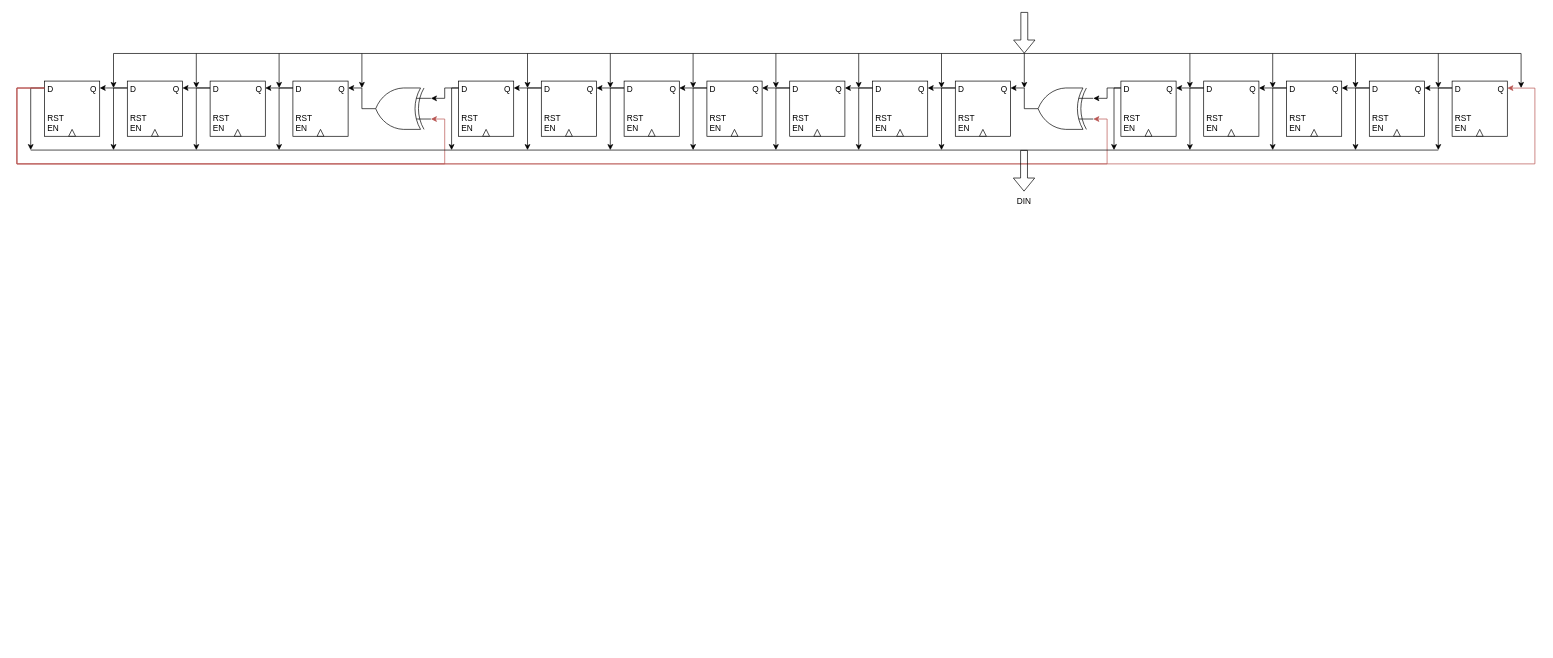
robs2002/SDI keeps this draw.io diagram as datapath.drawio. Above is the earlier version. Source tidied: cells renumbered, new cells numbered last; positions are measured from the earlier drawing's top-left corner, leaving out a move shared by most shapes. Both pictures are drawn from the tidied source at 69%, with x=0, y=0 at pixel (17, 12).
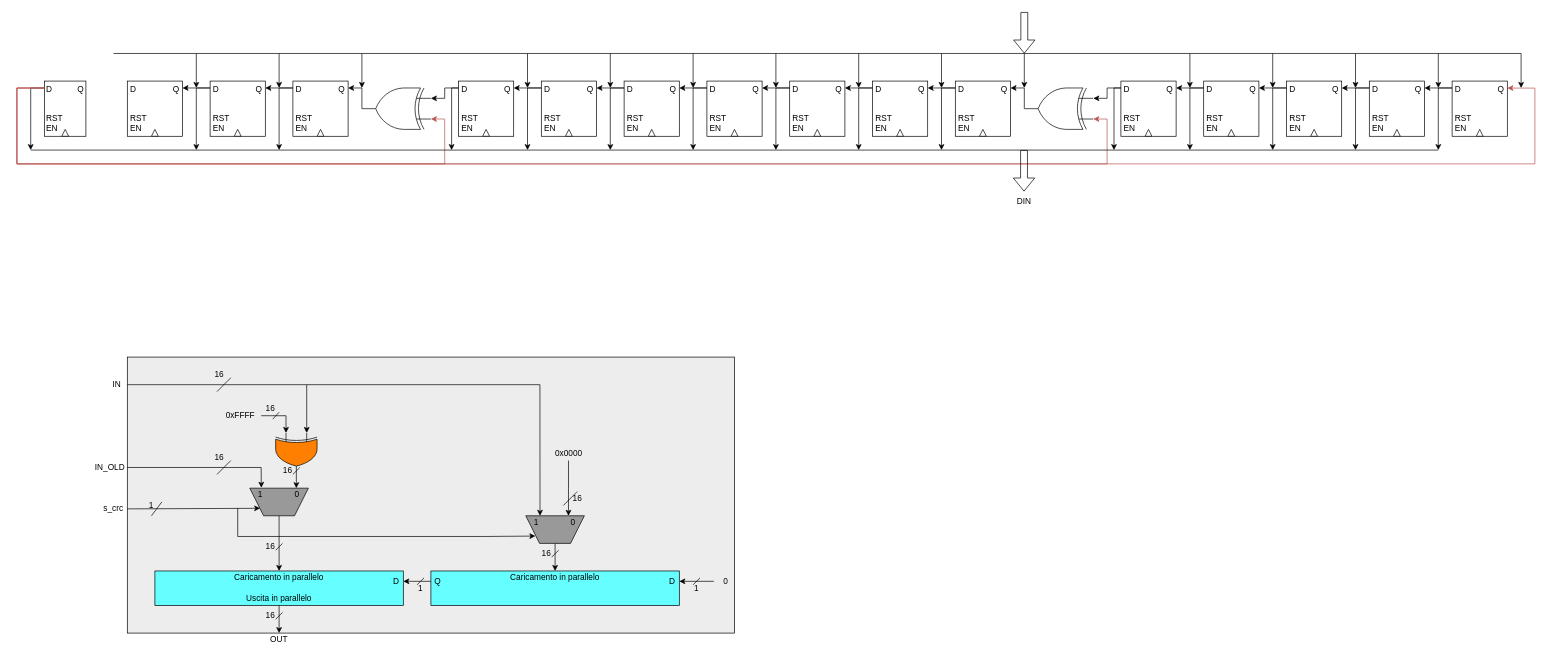
Above is the later version.

Unchanged cells that the change refers to:
```xml
<mxCell id="10" value="D&amp;nbsp; &amp;nbsp; &amp;nbsp; &amp;nbsp; &amp;nbsp; &amp;nbsp; &amp;nbsp; &amp;nbsp; Q&lt;br&gt;&lt;br&gt;&lt;br&gt;&lt;div style=&quot;text-align: justify;&quot;&gt;&lt;span style=&quot;background-color: initial;&quot;&gt;RST&lt;/span&gt;&lt;/div&gt;&lt;div style=&quot;text-align: justify;&quot;&gt;&lt;span style=&quot;background-color: initial;&quot;&gt;EN&lt;/span&gt;&lt;/div&gt;" style="text;html=1;strokeColor=none;fillColor=none;align=center;verticalAlign=middle;whiteSpace=wrap;rounded=0;" parent="1" vertex="1">
  <mxGeometry x="160" y="100" width="80" height="80" as="geometry" />
</mxCell>
```

Change to the diagram source:
```diff
@@
+    <mxCell id="109" style="rounded=0;whiteSpace=wrap;html=1;fillColor=#EDEDED;" parent="1" vertex="1">
+      <mxGeometry x="160" y="500" width="880" height="400" as="geometry" />
+    </mxCell>
     <mxCell id="2" style="rounded=0;whiteSpace=wrap;html=1;" parent="1" vertex="1">
-      <mxGeometry x="40" y="100" width="80" height="80" as="geometry" />
+      <mxGeometry x="40" y="100" width="60" height="80" as="geometry" />
     </mxCell>
     <mxCell id="3" style="triangle;whiteSpace=wrap;html=1;rotation=-90;" parent="1" vertex="1">
-      <mxGeometry x="75" y="170" width="10" height="10" as="geometry" />
+      <mxGeometry x="65" y="170" width="10" height="10" as="geometry" />
     </mxCell>
@@
-    <mxCell id="5" value="D&amp;nbsp; &amp;nbsp; &amp;nbsp; &amp;nbsp; &amp;nbsp; &amp;nbsp; &amp;nbsp; &amp;nbsp; Q&lt;br&gt;&lt;br&gt;&lt;br&gt;&lt;div style=&quot;text-align: justify;&quot;&gt;&lt;span style=&quot;background-color: initial;&quot;&gt;RST&lt;/span&gt;&lt;/div&gt;&lt;div style=&quot;text-align: justify;&quot;&gt;&lt;span style=&quot;background-color: initial;&quot;&gt;EN&lt;/span&gt;&lt;/div&gt;" style="text;html=1;strokeColor=none;fillColor=none;align=center;verticalAlign=middle;whiteSpace=wrap;rounded=0;" parent="1" vertex="1">
-      <mxGeometry x="40" y="100" width="80" height="80" as="geometry" />
+    <mxCell id="5" value="D&amp;nbsp; &amp;nbsp; &amp;nbsp; &amp;nbsp; &amp;nbsp; &amp;nbsp;Q&lt;br&gt;&lt;br&gt;&lt;br&gt;&lt;div style=&quot;text-align: justify;&quot;&gt;&lt;span style=&quot;background-color: initial;&quot;&gt;RST&lt;/span&gt;&lt;/div&gt;&lt;div style=&quot;text-align: justify;&quot;&gt;&lt;span style=&quot;background-color: initial;&quot;&gt;EN&lt;/span&gt;&lt;/div&gt;" style="text;html=1;strokeColor=none;fillColor=none;align=center;verticalAlign=middle;whiteSpace=wrap;rounded=0;" parent="1" vertex="1">
+      <mxGeometry x="40" y="100" width="60" height="80" as="geometry" />
     </mxCell>
@@
-    <mxCell id="8" style="edgeStyle=orthogonalEdgeStyle;rounded=0;jettySize=auto;html=1;" parent="1" edge="1" source="10" target="5">
-      <mxGeometry relative="1" as="geometry">
-        <Array as="points">
-          <mxPoint x="130" y="110" />
-          <mxPoint x="130" y="110" />
-        </Array>
-      </mxGeometry>
-    </mxCell>
-    <mxCell id="9" style="edgeStyle=orthogonalEdgeStyle;rounded=0;jettySize=auto;html=1;" parent="1" edge="1" source="10">
-      <mxGeometry relative="1" as="geometry">
-        <mxPoint x="140" y="200" as="targetPoint" />
-        <Array as="points">
-          <mxPoint x="140" y="110" />
-        </Array>
-      </mxGeometry>
-    </mxCell>
@@
-    <mxCell id="88" style="endArrow=classic;html=1;rounded=0;" parent="1" edge="1">
-      <mxGeometry relative="1" as="geometry">
-        <mxPoint x="140" y="60" as="sourcePoint" />
-        <mxPoint x="140" y="110" as="targetPoint" />
-      </mxGeometry>
-    </mxCell>
@@
+    <mxCell id="110" style="rounded=0;whiteSpace=wrap;html=1;fillColor=#66FFFF;" parent="1" vertex="1">
+      <mxGeometry x="200" y="810" width="360" height="50" as="geometry" />
+    </mxCell>
+    <mxCell id="111" style="rounded=0;whiteSpace=wrap;html=1;fillColor=#66FFFF;" parent="1" vertex="1">
+      <mxGeometry x="600" y="810" width="360" height="50" as="geometry" />
+    </mxCell>
+    <mxCell id="112" value="D&lt;br&gt;" style="text;html=1;strokeColor=none;fillColor=none;align=center;verticalAlign=middle;whiteSpace=wrap;rounded=0;" parent="1" vertex="1">
+      <mxGeometry x="540" y="810" width="20" height="30" as="geometry" />
+    </mxCell>
+    <mxCell id="113" value="Caricamento in parallelo" style="text;html=1;strokeColor=none;fillColor=none;align=center;verticalAlign=middle;whiteSpace=wrap;rounded=0;" parent="1" vertex="1">
+      <mxGeometry x="200" y="810" width="360" height="20" as="geometry" />
+    </mxCell>
+    <mxCell id="114" value="Uscita in parallelo" style="text;html=1;strokeColor=none;fillColor=none;align=center;verticalAlign=middle;whiteSpace=wrap;rounded=0;" parent="1" vertex="1">
+      <mxGeometry x="200" y="840" width="360" height="20" as="geometry" />
+    </mxCell>
+    <mxCell id="115" style="edgeStyle=orthogonalEdgeStyle;rounded=0;jettySize=auto;html=1;entryX=1;entryY=0.75;entryDx=0;entryDy=0;" parent="1" edge="1" source="116" target="113">
+      <mxGeometry relative="1" as="geometry" />
+    </mxCell>
+    <mxCell id="116" value="Q" style="text;html=1;strokeColor=none;fillColor=none;align=center;verticalAlign=middle;whiteSpace=wrap;rounded=0;" parent="1" vertex="1">
+      <mxGeometry x="600" y="810" width="20" height="30" as="geometry" />
+    </mxCell>
+    <mxCell id="117" value="D&lt;br&gt;" style="text;html=1;strokeColor=none;fillColor=none;align=center;verticalAlign=middle;whiteSpace=wrap;rounded=0;" parent="1" vertex="1">
+      <mxGeometry x="940" y="810" width="20" height="30" as="geometry" />
+    </mxCell>
+    <mxCell id="118" value="Caricamento in parallelo" style="text;html=1;strokeColor=none;fillColor=none;align=center;verticalAlign=middle;whiteSpace=wrap;rounded=0;" parent="1" vertex="1">
+      <mxGeometry x="600" y="810" width="360" height="20" as="geometry" />
+    </mxCell>
+    <mxCell id="119" style="endArrow=none;html=1;rounded=0;" parent="1" edge="1">
+      <mxGeometry relative="1" as="geometry">
+        <mxPoint x="580" y="830" as="sourcePoint" />
+        <mxPoint x="590" y="820" as="targetPoint" />
+      </mxGeometry>
+    </mxCell>
+    <mxCell id="120" value="1" style="text;html=1;strokeColor=none;fillColor=none;align=center;verticalAlign=middle;whiteSpace=wrap;rounded=0;" parent="1" vertex="1">
+      <mxGeometry x="580" y="830" width="10" height="10" as="geometry" />
+    </mxCell>
+    <mxCell id="121" style="edgeStyle=orthogonalEdgeStyle;rounded=0;jettySize=auto;html=1;entryX=1;entryY=0.75;entryDx=0;entryDy=0;" parent="1" edge="1" source="122" target="118">
+      <mxGeometry relative="1" as="geometry" />
+    </mxCell>
+    <mxCell id="122" value="0" style="text;html=1;strokeColor=none;fillColor=none;align=center;verticalAlign=middle;whiteSpace=wrap;rounded=0;" parent="1" vertex="1">
+      <mxGeometry x="1010" y="810" width="35" height="30" as="geometry" />
+    </mxCell>
+    <mxCell id="123" style="endArrow=none;html=1;rounded=0;" parent="1" edge="1">
+      <mxGeometry relative="1" as="geometry">
+        <mxPoint x="980" y="830" as="sourcePoint" />
+        <mxPoint x="990" y="820" as="targetPoint" />
+      </mxGeometry>
+    </mxCell>
+    <mxCell id="124" value="1" style="text;html=1;strokeColor=none;fillColor=none;align=center;verticalAlign=middle;whiteSpace=wrap;rounded=0;" parent="1" vertex="1">
+      <mxGeometry x="980" y="830" width="10" height="10" as="geometry" />
+    </mxCell>
+    <mxCell id="125" style="edgeStyle=orthogonalEdgeStyle;rounded=0;jettySize=auto;html=1;entryX=0.5;entryY=0;entryDx=0;entryDy=0;" parent="1" edge="1" source="126" target="113">
+      <mxGeometry relative="1" as="geometry" />
+    </mxCell>
+    <mxCell id="126" style="shape=trapezoid;perimeter=trapezoidPerimeter;whiteSpace=wrap;html=1;fixedSize=1;rotation=-180;fillColor=#999999;" parent="1" vertex="1">
+      <mxGeometry x="337.5" y="690" width="84.9" height="40" as="geometry" />
+    </mxCell>
+    <mxCell id="127" value="1&lt;span style=&quot;white-space: pre;&quot;&gt;&#9;&lt;span style=&quot;white-space: pre;&quot;&gt;&#9;&lt;/span&gt;&lt;/span&gt;0" style="text;html=1;strokeColor=none;fillColor=none;align=center;verticalAlign=middle;whiteSpace=wrap;rounded=0;" parent="1" vertex="1">
+      <mxGeometry x="337.5" y="690" width="82.5" height="20" as="geometry" />
+    </mxCell>
+    <mxCell id="128" style="edgeStyle=orthogonalEdgeStyle;rounded=0;jettySize=auto;html=1;entryX=0.5;entryY=0;entryDx=0;entryDy=0;" parent="1" edge="1" source="129" target="118">
+      <mxGeometry relative="1" as="geometry" />
+    </mxCell>
+    <mxCell id="129" style="shape=trapezoid;perimeter=trapezoidPerimeter;whiteSpace=wrap;html=1;fixedSize=1;rotation=-180;fillColor=#999999;" parent="1" vertex="1">
+      <mxGeometry x="737.5" y="730" width="84.9" height="40" as="geometry" />
+    </mxCell>
+    <mxCell id="130" value="1&lt;span style=&quot;white-space: pre;&quot;&gt;&#9;&lt;span style=&quot;white-space: pre;&quot;&gt;&#9;&lt;/span&gt;&lt;/span&gt;0" style="text;html=1;strokeColor=none;fillColor=none;align=center;verticalAlign=middle;whiteSpace=wrap;rounded=0;" parent="1" vertex="1">
+      <mxGeometry x="737.5" y="730" width="82.5" height="20" as="geometry" />
+    </mxCell>
+    <mxCell id="131" style="edgeStyle=orthogonalEdgeStyle;rounded=0;jettySize=auto;html=1;entryX=0.826;entryY=0.012;entryDx=0;entryDy=0;entryPerimeter=0;" parent="1" edge="1" source="160" target="127">
+      <mxGeometry relative="1" as="geometry" />
+    </mxCell>
+    <mxCell id="132" style="edgeStyle=orthogonalEdgeStyle;rounded=0;orthogonalLoop=1;jettySize=auto;html=1;" parent="1" edge="1">
+      <mxGeometry relative="1" as="geometry">
+        <mxPoint x="380" y="860" as="sourcePoint" />
+        <mxPoint x="380" y="900" as="targetPoint" />
+        <Array as="points">
+          <mxPoint x="380" y="880" />
+          <mxPoint x="380" y="880" />
+        </Array>
+      </mxGeometry>
+    </mxCell>
+    <mxCell id="133" value="0xFFFF" style="text;html=1;strokeColor=none;fillColor=none;align=center;verticalAlign=middle;whiteSpace=wrap;rounded=0;" parent="1" vertex="1">
+      <mxGeometry x="294" y="570" width="60" height="30" as="geometry" />
+    </mxCell>
+    <mxCell id="134" style="edgeStyle=orthogonalEdgeStyle;rounded=0;jettySize=auto;html=1;entryX=0;entryY=0.75;entryDx=0;entryDy=0;entryPerimeter=0;" parent="1" edge="1" source="133" target="160">
+      <mxGeometry relative="1" as="geometry" />
+    </mxCell>
+    <mxCell id="135" style="endArrow=classic;html=1;rounded=0;entryX=0;entryY=0.25;entryDx=0;entryDy=0;entryPerimeter=0;" parent="1" edge="1" target="160">
+      <mxGeometry relative="1" as="geometry">
+        <mxPoint x="160" y="540" as="sourcePoint" />
+        <Array as="points">
+          <mxPoint x="420" y="540" />
+        </Array>
+      </mxGeometry>
+    </mxCell>
+    <mxCell id="136" style="endArrow=classic;html=1;rounded=0;entryX=0.25;entryY=0;entryDx=0;entryDy=0;" parent="1" edge="1" target="130">
+      <mxGeometry relative="1" as="geometry">
+        <mxPoint x="420" y="540" as="sourcePoint" />
+        <Array as="points">
+          <mxPoint x="758" y="540" />
+        </Array>
+      </mxGeometry>
+    </mxCell>
+    <mxCell id="137" value="0x0000" style="text;html=1;strokeColor=none;fillColor=none;align=center;verticalAlign=middle;whiteSpace=wrap;rounded=0;" parent="1" vertex="1">
+      <mxGeometry x="770" y="630" width="60" height="20" as="geometry" />
+    </mxCell>
+    <mxCell id="138" style="edgeStyle=orthogonalEdgeStyle;rounded=0;jettySize=auto;html=1;entryX=0.75;entryY=0;entryDx=0;entryDy=0;" parent="1" edge="1" source="137" target="130">
+      <mxGeometry relative="1" as="geometry">
+        <Array as="points">
+          <mxPoint x="800" y="690" />
+        </Array>
+      </mxGeometry>
+    </mxCell>
+    <mxCell id="139" style="endArrow=classic;html=1;rounded=0;entryX=0.203;entryY=-0.029;entryDx=0;entryDy=0;entryPerimeter=0;" parent="1" edge="1" target="127">
+      <mxGeometry relative="1" as="geometry">
+        <mxPoint x="160" y="660" as="sourcePoint" />
+        <Array as="points">
+          <mxPoint x="354" y="660" />
+        </Array>
+      </mxGeometry>
+    </mxCell>
+    <mxCell id="140" style="endArrow=classic;html=1;rounded=0;entryX=0.823;entryY=0.271;entryDx=0;entryDy=0;entryPerimeter=0;" parent="1" edge="1" target="126">
+      <mxGeometry relative="1" as="geometry">
+        <mxPoint x="160" y="720" as="sourcePoint" />
+      </mxGeometry>
+    </mxCell>
+    <mxCell id="141" style="endArrow=classic;html=1;rounded=0;entryX=0.836;entryY=0.265;entryDx=0;entryDy=0;entryPerimeter=0;" parent="1" edge="1" target="129">
+      <mxGeometry relative="1" as="geometry">
+        <mxPoint x="320" y="719" as="sourcePoint" />
+        <Array as="points">
+          <mxPoint x="320" y="760" />
+          <mxPoint x="680" y="760" />
+        </Array>
+      </mxGeometry>
+    </mxCell>
+    <mxCell id="142" style="endArrow=none;html=1;rounded=0;" parent="1" edge="1">
+      <mxGeometry relative="1" as="geometry">
+        <mxPoint x="375" y="780" as="sourcePoint" />
+        <mxPoint x="385" y="770" as="targetPoint" />
+      </mxGeometry>
+    </mxCell>
+    <mxCell id="143" value="16" style="text;html=1;strokeColor=none;fillColor=none;align=center;verticalAlign=middle;whiteSpace=wrap;rounded=0;" parent="1" vertex="1">
+      <mxGeometry x="360" y="770" width="15" height="10" as="geometry" />
+    </mxCell>
+    <mxCell id="144" style="endArrow=none;html=1;rounded=0;" parent="1" edge="1">
+      <mxGeometry relative="1" as="geometry">
+        <mxPoint x="775" y="790" as="sourcePoint" />
+        <mxPoint x="785" y="780" as="targetPoint" />
+      </mxGeometry>
+    </mxCell>
+    <mxCell id="145" value="16" style="text;html=1;strokeColor=none;fillColor=none;align=center;verticalAlign=middle;whiteSpace=wrap;rounded=0;" parent="1" vertex="1">
+      <mxGeometry x="760" y="780" width="15" height="10" as="geometry" />
+    </mxCell>
+    <mxCell id="146" style="endArrow=none;html=1;rounded=0;" parent="1" edge="1">
+      <mxGeometry relative="1" as="geometry">
+        <mxPoint x="400" y="670" as="sourcePoint" />
+        <mxPoint x="410" y="660" as="targetPoint" />
+      </mxGeometry>
+    </mxCell>
+    <mxCell id="147" value="16" style="text;html=1;strokeColor=none;fillColor=none;align=center;verticalAlign=middle;whiteSpace=wrap;rounded=0;" parent="1" vertex="1">
+      <mxGeometry x="385" y="660" width="15" height="10" as="geometry" />
+    </mxCell>
+    <mxCell id="148" style="endArrow=none;html=1;rounded=0;" parent="1" edge="1">
+      <mxGeometry relative="1" as="geometry">
+        <mxPoint x="290" y="670" as="sourcePoint" />
+        <mxPoint x="310" y="650" as="targetPoint" />
+        <Array as="points">
+          <mxPoint x="290" y="670" />
+        </Array>
+      </mxGeometry>
+    </mxCell>
+    <mxCell id="149" value="16" style="text;html=1;strokeColor=none;fillColor=none;align=center;verticalAlign=middle;whiteSpace=wrap;rounded=0;" parent="1" vertex="1">
+      <mxGeometry x="286" y="640" width="15" height="10" as="geometry" />
+    </mxCell>
+    <mxCell id="150" style="endArrow=none;html=1;rounded=0;" parent="1" edge="1">
+      <mxGeometry relative="1" as="geometry">
+        <mxPoint x="290" y="550" as="sourcePoint" />
+        <mxPoint x="310" y="530" as="targetPoint" />
+        <Array as="points">
+          <mxPoint x="290" y="550" />
+        </Array>
+      </mxGeometry>
+    </mxCell>
+    <mxCell id="151" value="16" style="text;html=1;strokeColor=none;fillColor=none;align=center;verticalAlign=middle;whiteSpace=wrap;rounded=0;" parent="1" vertex="1">
+      <mxGeometry x="286" y="520" width="15" height="10" as="geometry" />
+    </mxCell>
+    <mxCell id="152" style="endArrow=none;html=1;rounded=0;" parent="1" edge="1">
+      <mxGeometry relative="1" as="geometry">
+        <mxPoint x="370.8" y="590" as="sourcePoint" />
+        <mxPoint x="380" y="580" as="targetPoint" />
+        <Array as="points">
+          <mxPoint x="370.8" y="590" />
+        </Array>
+      </mxGeometry>
+    </mxCell>
+    <mxCell id="153" value="16" style="text;html=1;strokeColor=none;fillColor=none;align=center;verticalAlign=middle;whiteSpace=wrap;rounded=0;" parent="1" vertex="1">
+      <mxGeometry x="360" y="570" width="15" height="10" as="geometry" />
+    </mxCell>
+    <mxCell id="154" style="endArrow=none;html=1;rounded=0;" parent="1" edge="1">
+      <mxGeometry relative="1" as="geometry">
+        <mxPoint x="792" y="715" as="sourcePoint" />
+        <mxPoint x="812" y="695" as="targetPoint" />
+        <Array as="points">
+          <mxPoint x="792" y="715" />
+        </Array>
+      </mxGeometry>
+    </mxCell>
+    <mxCell id="155" value="16" style="text;html=1;strokeColor=none;fillColor=none;align=center;verticalAlign=middle;whiteSpace=wrap;rounded=0;" parent="1" vertex="1">
+      <mxGeometry x="805" y="700" width="15" height="10" as="geometry" />
+    </mxCell>
+    <mxCell id="156" style="endArrow=none;html=1;rounded=0;" parent="1" edge="1">
+      <mxGeometry relative="1" as="geometry">
+        <mxPoint x="195" y="730" as="sourcePoint" />
+        <mxPoint x="210" y="710" as="targetPoint" />
+      </mxGeometry>
+    </mxCell>
+    <mxCell id="157" value="1" style="text;html=1;strokeColor=none;fillColor=none;align=center;verticalAlign=middle;whiteSpace=wrap;rounded=0;" parent="1" vertex="1">
+      <mxGeometry x="190" y="710" width="10" height="10" as="geometry" />
+    </mxCell>
+    <mxCell id="158" style="endArrow=none;html=1;rounded=0;" parent="1" edge="1">
+      <mxGeometry relative="1" as="geometry">
+        <mxPoint x="375" y="880" as="sourcePoint" />
+        <mxPoint x="385" y="870" as="targetPoint" />
+      </mxGeometry>
+    </mxCell>
+    <mxCell id="159" value="16" style="text;html=1;strokeColor=none;fillColor=none;align=center;verticalAlign=middle;whiteSpace=wrap;rounded=0;" parent="1" vertex="1">
+      <mxGeometry x="360" y="870" width="15" height="10" as="geometry" />
+    </mxCell>
+    <mxCell id="160" style="verticalLabelPosition=bottom;shadow=0;dashed=0;align=center;html=1;verticalAlign=top;shape=mxgraph.electrical.logic_gates.logic_gate;operation=xor;rotation=90;fillColor=#FF8000;" parent="1" vertex="1">
+      <mxGeometry x="375" y="610" width="60" height="60" as="geometry" />
+    </mxCell>
+    <mxCell id="161" value="IN" style="text;html=1;strokeColor=none;fillColor=none;align=center;verticalAlign=middle;whiteSpace=wrap;rounded=0;" parent="1" vertex="1">
+      <mxGeometry x="130" y="530" width="30" height="20" as="geometry" />
+    </mxCell>
+    <mxCell id="162" value="IN_OLD" style="text;html=1;strokeColor=none;fillColor=none;align=center;verticalAlign=middle;whiteSpace=wrap;rounded=0;" parent="1" vertex="1">
+      <mxGeometry x="110" y="650" width="50" height="20" as="geometry" />
+    </mxCell>
+    <mxCell id="163" value="s_crc" style="text;html=1;strokeColor=none;fillColor=none;align=center;verticalAlign=middle;whiteSpace=wrap;rounded=0;" parent="1" vertex="1">
+      <mxGeometry x="120" y="710" width="40" height="20" as="geometry" />
+    </mxCell>
+    <mxCell id="164" value="OUT" style="text;html=1;strokeColor=none;fillColor=none;align=center;verticalAlign=middle;whiteSpace=wrap;rounded=0;" parent="1" vertex="1">
+      <mxGeometry x="360" y="900" width="40" height="20" as="geometry" />
+    </mxCell>
```
